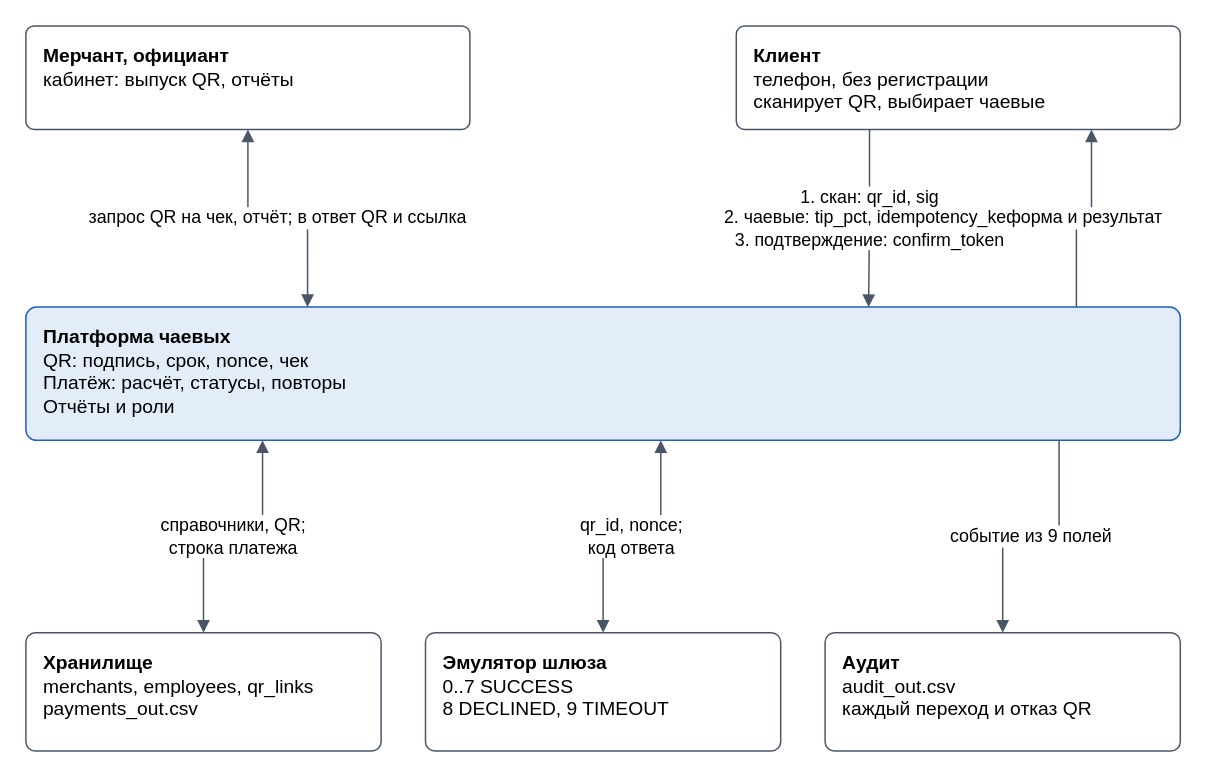
The draw.io diagram схемы/схема_системы.drawio in brokentwo/online-tips-case-3, before the edit. Source tidied: cells renumbered, new cells numbered last; positions are measured from the earlier drawing's top-left corner, leaving out a move shared by most shapes. Both pictures are drawn from the tidied source at 148%, with x=0, y=0 at pixel (25, 25).
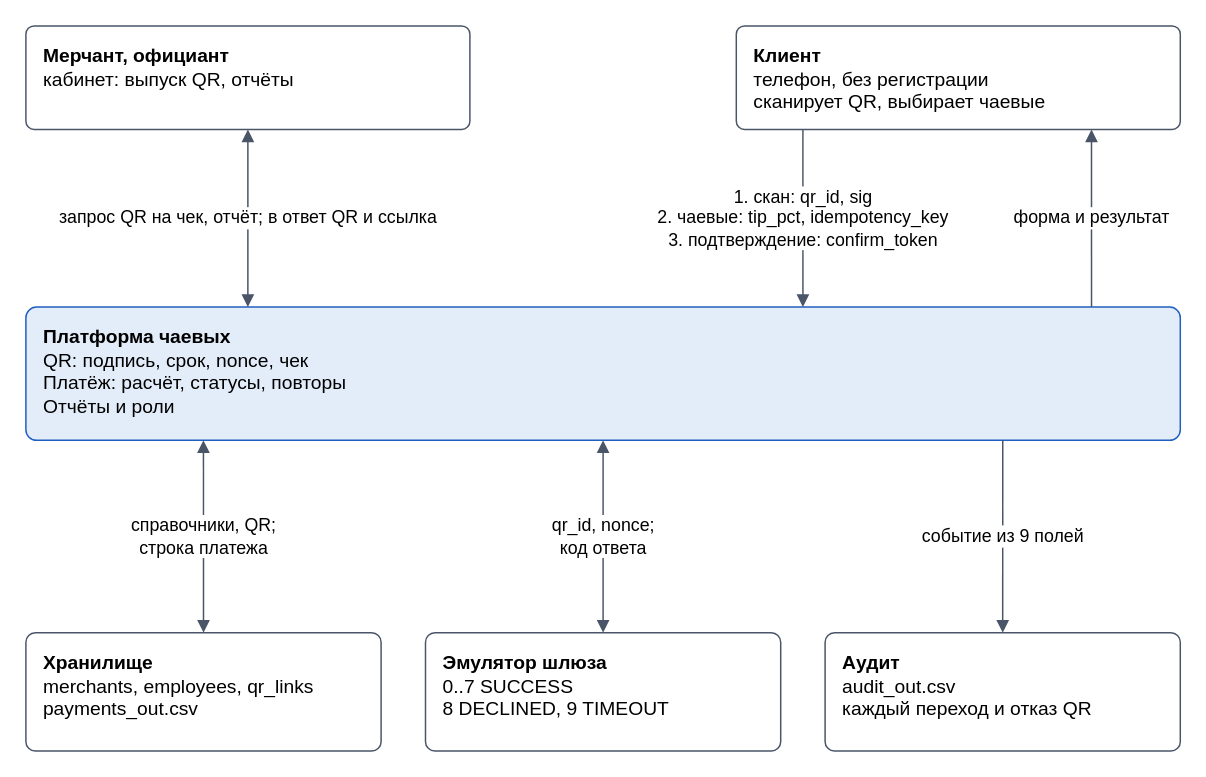
After the change.

Diff of the diagram source:
```diff
@@
 <mxGraphModel>
   <root>
     <mxCell id="0" />
     <mxCell id="1" parent="0" />
     <mxCell id="2" value="&lt;b&gt;Мерчант, официант&lt;/b&gt;&lt;br&gt;кабинет: выпуск QR, отчёты" style="rounded=1;whiteSpace=wrap;html=1;arcSize=8;fillColor=#FFFFFF;strokeColor=#4A5568;fontSize=13;align=left;spacingLeft=10;verticalAlign=top;spacingTop=6;" parent="1" vertex="1">
       <mxGeometry width="300" height="70" as="geometry" />
     </mxCell>
     <mxCell id="3" value="&lt;b&gt;Клиент&lt;/b&gt;&lt;br&gt;телефон, без регистрации&lt;br&gt;сканирует QR, выбирает чаевые" style="rounded=1;whiteSpace=wrap;html=1;arcSize=8;fillColor=#FFFFFF;strokeColor=#4A5568;fontSize=13;align=left;spacingLeft=10;verticalAlign=top;spacingTop=6;" parent="1" vertex="1">
       <mxGeometry x="480" width="300" height="70" as="geometry" />
     </mxCell>
     <mxCell id="4" value="&lt;b&gt;Платформа чаевых&lt;/b&gt;&lt;br&gt;QR: подпись, срок, nonce, чек&lt;br&gt;Платёж: расчёт, статусы, повторы&lt;br&gt;Отчёты и роли" style="rounded=1;whiteSpace=wrap;html=1;arcSize=8;fillColor=#E3ECF9;strokeColor=#1F5FBF;fontSize=13;align=left;spacingLeft=10;verticalAlign=top;spacingTop=6;" parent="1" vertex="1">
       <mxGeometry y="190" width="780" height="90" as="geometry" />
     </mxCell>
     <mxCell id="5" value="&lt;b&gt;Хранилище&lt;/b&gt;&lt;br&gt;merchants, employees, qr_links&lt;br&gt;payments_out.csv" style="rounded=1;whiteSpace=wrap;html=1;arcSize=8;fillColor=#FFFFFF;strokeColor=#4A5568;fontSize=13;align=left;spacingLeft=10;verticalAlign=top;spacingTop=6;" parent="1" vertex="1">
       <mxGeometry y="410" width="240" height="80" as="geometry" />
     </mxCell>
     <mxCell id="6" value="&lt;b&gt;Эмулятор шлюза&lt;/b&gt;&lt;br&gt;0..7 SUCCESS&lt;br&gt;8 DECLINED, 9 TIMEOUT" style="rounded=1;whiteSpace=wrap;html=1;arcSize=8;fillColor=#FFFFFF;strokeColor=#4A5568;fontSize=13;align=left;spacingLeft=10;verticalAlign=top;spacingTop=6;" parent="1" vertex="1">
       <mxGeometry x="270" y="410" width="240" height="80" as="geometry" />
     </mxCell>
     <mxCell id="7" value="&lt;b&gt;Аудит&lt;/b&gt;&lt;br&gt;audit_out.csv&lt;br&gt;каждый переход и отказ QR" style="rounded=1;whiteSpace=wrap;html=1;arcSize=8;fillColor=#FFFFFF;strokeColor=#4A5568;fontSize=13;align=left;spacingLeft=10;verticalAlign=top;spacingTop=6;" parent="1" vertex="1">
       <mxGeometry x="540" y="410" width="240" height="80" as="geometry" />
     </mxCell>
-    <mxCell id="8" value="запрос QR на чек, отчёт; в ответ QR и ссылка" style="edgeStyle=orthogonalEdgeStyle;rounded=0;html=1;endArrow=block;endFill=1;strokeColor=#4A5568;fontSize=12;labelBackgroundColor=#FFFFFF;startArrow=block;startFill=1;exitX=0.5;exitY=1;exitDx=0;exitDy=0;entryX=0.244;entryY=0;entryDx=0;entryDy=0;" parent="1" edge="1" source="2" target="4">
+    <mxCell id="8" value="запрос QR на чек, отчёт; в ответ QR и ссылка" style="edgeStyle=orthogonalEdgeStyle;rounded=0;html=1;endArrow=block;endFill=1;strokeColor=#4A5568;fontSize=12;labelBackgroundColor=#FFFFFF;startArrow=block;startFill=1;exitX=0.5;exitY=1;exitDx=0;exitDy=0;entryX=0.1923;entryY=0;entryDx=0;entryDy=0;" parent="1" edge="1" source="2" target="4">
       <mxGeometry relative="1" as="geometry" />
     </mxCell>
-    <mxCell id="9" value="1. скан: qr_id, sig&lt;br&gt;2. чаевые: tip_pct, idempotency_key&lt;br&gt;3. подтверждение: confirm_token" style="edgeStyle=orthogonalEdgeStyle;rounded=0;html=1;endArrow=block;endFill=1;strokeColor=#4A5568;fontSize=12;labelBackgroundColor=#FFFFFF;exitX=0.3;exitY=1;exitDx=0;exitDy=0;entryX=0.73;entryY=0;entryDx=0;entryDy=0;" parent="1" edge="1" source="3" target="4">
+    <mxCell id="9" value="1. скан: qr_id, sig&lt;br&gt;2. чаевые: tip_pct, idempotency_key&lt;br&gt;3. подтверждение: confirm_token" style="edgeStyle=orthogonalEdgeStyle;rounded=0;html=1;endArrow=block;endFill=1;strokeColor=#4A5568;fontSize=12;labelBackgroundColor=#FFFFFF;exitX=0.15;exitY=1;exitDx=0;exitDy=0;entryX=0.6731;entryY=0;entryDx=0;entryDy=0;" parent="1" edge="1" source="3" target="4">
       <mxGeometry relative="1" as="geometry" />
     </mxCell>
-    <mxCell id="10" value="форма и результат" style="edgeStyle=orthogonalEdgeStyle;rounded=0;html=1;endArrow=block;endFill=1;strokeColor=#4A5568;fontSize=12;labelBackgroundColor=#FFFFFF;exitX=0.91;exitY=0;exitDx=0;exitDy=0;entryX=0.8;entryY=1;entryDx=0;entryDy=0;" parent="1" edge="1" source="4" target="3">
+    <mxCell id="10" value="форма и результат" style="edgeStyle=orthogonalEdgeStyle;rounded=0;html=1;endArrow=block;endFill=1;strokeColor=#4A5568;fontSize=12;labelBackgroundColor=#FFFFFF;exitX=0.9231;exitY=0;exitDx=0;exitDy=0;entryX=0.8;entryY=1;entryDx=0;entryDy=0;" parent="1" edge="1" source="4" target="3">
       <mxGeometry relative="1" as="geometry" />
     </mxCell>
-    <mxCell id="11" value="справочники, QR;&lt;br&gt;строка платежа" style="edgeStyle=orthogonalEdgeStyle;rounded=0;html=1;endArrow=block;endFill=1;strokeColor=#4A5568;fontSize=12;labelBackgroundColor=#FFFFFF;startArrow=block;startFill=1;exitX=0.205;exitY=1;exitDx=0;exitDy=0;entryX=0.5;entryY=0;entryDx=0;entryDy=0;" parent="1" edge="1" source="4" target="5">
+    <mxCell id="11" value="справочники, QR;&lt;br&gt;строка платежа" style="edgeStyle=orthogonalEdgeStyle;rounded=0;html=1;endArrow=block;endFill=1;strokeColor=#4A5568;fontSize=12;labelBackgroundColor=#FFFFFF;startArrow=block;startFill=1;exitX=0.1538;exitY=1;exitDx=0;exitDy=0;entryX=0.5;entryY=0;entryDx=0;entryDy=0;" parent="1" edge="1" source="4" target="5">
       <mxGeometry relative="1" as="geometry" />
     </mxCell>
-    <mxCell id="12" value="qr_id, nonce;&lt;br&gt;код ответа" style="edgeStyle=orthogonalEdgeStyle;rounded=0;html=1;endArrow=block;endFill=1;strokeColor=#4A5568;fontSize=12;labelBackgroundColor=#FFFFFF;startArrow=block;startFill=1;exitX=0.55;exitY=1;exitDx=0;exitDy=0;entryX=0.5;entryY=0;entryDx=0;entryDy=0;" parent="1" edge="1" source="4" target="6">
+    <mxCell id="12" value="qr_id, nonce;&lt;br&gt;код ответа" style="edgeStyle=orthogonalEdgeStyle;rounded=0;html=1;endArrow=block;endFill=1;strokeColor=#4A5568;fontSize=12;labelBackgroundColor=#FFFFFF;startArrow=block;startFill=1;exitX=0.5;exitY=1;exitDx=0;exitDy=0;entryX=0.5;entryY=0;entryDx=0;entryDy=0;" parent="1" edge="1" source="4" target="6">
       <mxGeometry relative="1" as="geometry" />
     </mxCell>
-    <mxCell id="13" value="событие из 9 полей" style="edgeStyle=orthogonalEdgeStyle;rounded=0;html=1;endArrow=block;endFill=1;strokeColor=#4A5568;fontSize=12;labelBackgroundColor=#FFFFFF;exitX=0.895;exitY=1;exitDx=0;exitDy=0;entryX=0.5;entryY=0;entryDx=0;entryDy=0;" parent="1" edge="1" source="4" target="7">
+    <mxCell id="13" value="событие из 9 полей" style="edgeStyle=orthogonalEdgeStyle;rounded=0;html=1;endArrow=block;endFill=1;strokeColor=#4A5568;fontSize=12;labelBackgroundColor=#FFFFFF;exitX=0.8462;exitY=1;exitDx=0;exitDy=0;entryX=0.5;entryY=0;entryDx=0;entryDy=0;" parent="1" edge="1" source="4" target="7">
       <mxGeometry relative="1" as="geometry" />
     </mxCell>
   </root>
 </mxGraphModel>
```
